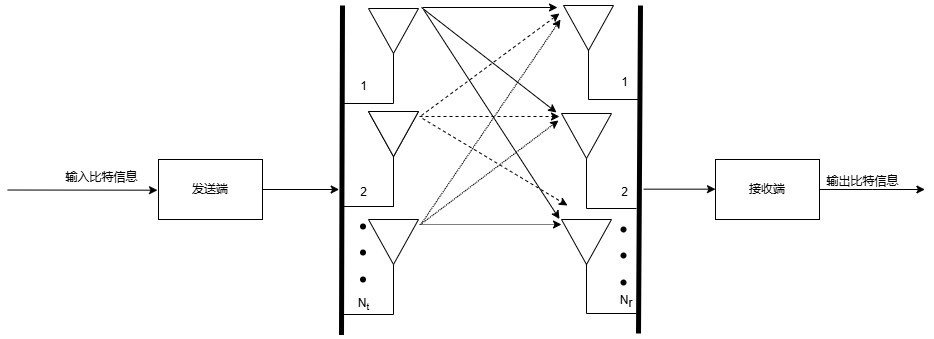
The draw.io diagram 未命名绘图.drawio.png in Wicklele/draw, before a commit. Source tidied: cells renumbered, new cells last; positions are measured from the earlier drawing's top-left corner, leaving out a move shared by most shapes.
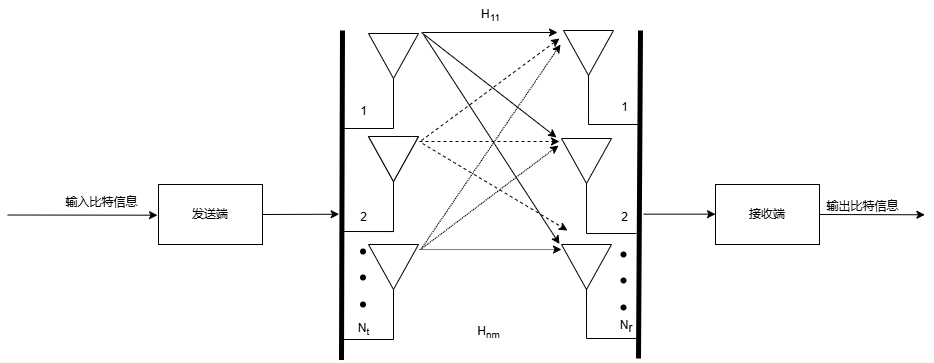
After the commit.

Commit message:
更新未命名绘图.drawio.png

Diff of the diagram source:
```diff
@@ -225,5 +225,11 @@
         <mxPoint x="551" y="115" as="targetPoint" />
       </mxGeometry>
     </mxCell>
+    <mxCell id="51" value="H&lt;sub&gt;11&lt;/sub&gt;" style="text;html=1;align=center;verticalAlign=middle;strokeColor=none;fillColor=none;" parent="1" vertex="1">
+      <mxGeometry x="464" y="-30" width="37" height="30" as="geometry" />
+    </mxCell>
+    <mxCell id="52" value="H&lt;sub&gt;nm&lt;/sub&gt;" style="text;html=1;align=center;verticalAlign=middle;strokeColor=none;fillColor=none;" parent="1" vertex="1">
+      <mxGeometry x="460" y="287" width="41" height="30" as="geometry" />
+    </mxCell>
   </root>
 </mxGraphModel>
```
